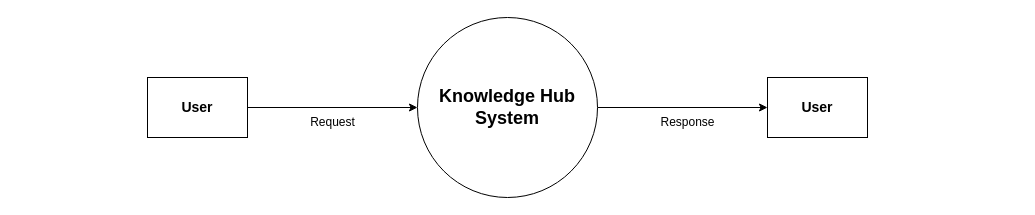
Above: docs/dfd-level-0.drawio in Nithinvp11/DocHub (draw.io), before the change. Source tidied: cells renumbered, new cells numbered last; positions are measured from the earlier drawing's top-left corner, leaving out a move shared by most shapes. Both pictures are drawn from the tidied source at 100%, with x=0, y=0 at pixel (147, 17).
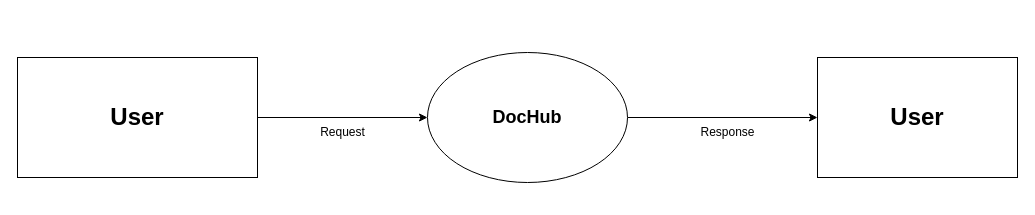
Above is the later version.

Diff of the diagram source:
```diff
@@
 <mxGraphModel>
   <root>
     <mxCell id="0" />
     <mxCell id="1" parent="0" />
-    <mxCell id="2" style="edgeStyle=none;html=1;entryX=0;entryY=0.5;entryDx=0;entryDy=0;" parent="1" edge="1" source="3" target="6">
+    <mxCell id="2" style="edgeStyle=none;html=1;entryX=0;entryY=0.5;entryDx=0;entryDy=0;exitX=1;exitY=0.5;exitDx=0;exitDy=0;" parent="1" edge="1" source="9" target="6">
       <mxGeometry relative="1" as="geometry" />
     </mxCell>
-    <mxCell id="3" value="Knowledge Hub&#10;System" style="ellipse;whiteSpace=wrap;html=1;fillColor=#ffffff;strokeColor=#000000;fontSize=18;fontStyle=1;" parent="1" vertex="1">
-      <mxGeometry x="270" width="180" height="180" as="geometry" />
-    </mxCell>
-    <mxCell id="4" style="edgeStyle=none;html=1;entryX=0;entryY=0.5;entryDx=0;entryDy=0;" parent="1" edge="1" source="5" target="3">
+    <mxCell id="4" style="edgeStyle=none;html=1;entryX=0;entryY=0.5;entryDx=0;entryDy=0;exitX=1;exitY=0.5;exitDx=0;exitDy=0;" parent="1" edge="1" source="5" target="9">
       <mxGeometry relative="1" as="geometry" />
     </mxCell>
-    <mxCell id="5" value="User" style="rounded=1;whiteSpace=wrap;html=1;fillColor=#ffffff;strokeColor=#000000;fontSize=14;fontStyle=1;arcSize=0;" parent="1" vertex="1">
-      <mxGeometry y="60" width="100" height="60" as="geometry" />
+    <mxCell id="5" value="&lt;font style=&quot;font-size: 24px;&quot;&gt;User&lt;/font&gt;" style="rounded=1;whiteSpace=wrap;html=1;fillColor=#ffffff;strokeColor=#000000;fontSize=14;fontStyle=1;arcSize=0;" parent="1" vertex="1">
+      <mxGeometry x="-130" y="40" width="240" height="120" as="geometry" />
     </mxCell>
-    <mxCell id="6" value="User" style="rounded=1;whiteSpace=wrap;html=1;fillColor=#ffffff;strokeColor=#000000;fontSize=14;fontStyle=1;arcSize=0;" parent="1" vertex="1">
-      <mxGeometry x="620" y="60" width="100" height="60" as="geometry" />
+    <mxCell id="6" value="&lt;font style=&quot;font-size: 24px;&quot;&gt;User&lt;/font&gt;" style="rounded=1;whiteSpace=wrap;html=1;fillColor=#ffffff;strokeColor=#000000;fontSize=14;fontStyle=1;arcSize=0;" parent="1" vertex="1">
+      <mxGeometry x="670" y="40" width="200" height="120" as="geometry" />
     </mxCell>
     <mxCell id="7" value="Request" style="text;html=1;align=center;verticalAlign=middle;strokeColor=none;fillColor=none;" parent="1" vertex="1">
-      <mxGeometry x="150" y="90" width="70" height="30" as="geometry" />
+      <mxGeometry x="160" y="100" width="70" height="30" as="geometry" />
     </mxCell>
     <mxCell id="8" value="Response" style="text;html=1;align=center;verticalAlign=middle;strokeColor=none;fillColor=none;" parent="1" vertex="1">
-      <mxGeometry x="500" y="90" width="80" height="30" as="geometry" />
+      <mxGeometry x="540" y="100" width="80" height="30" as="geometry" />
     </mxCell>
+    <mxCell id="9" value="&lt;span style=&quot;color: rgb(0, 0, 0); font-size: 18px; font-weight: 700;&quot;&gt;DocHub&lt;/span&gt;" style="ellipse;whiteSpace=wrap;html=1;" parent="1" vertex="1">
+      <mxGeometry x="280" y="35" width="200" height="130" as="geometry" />
+    </mxCell>
   </root>
 </mxGraphModel>
```
